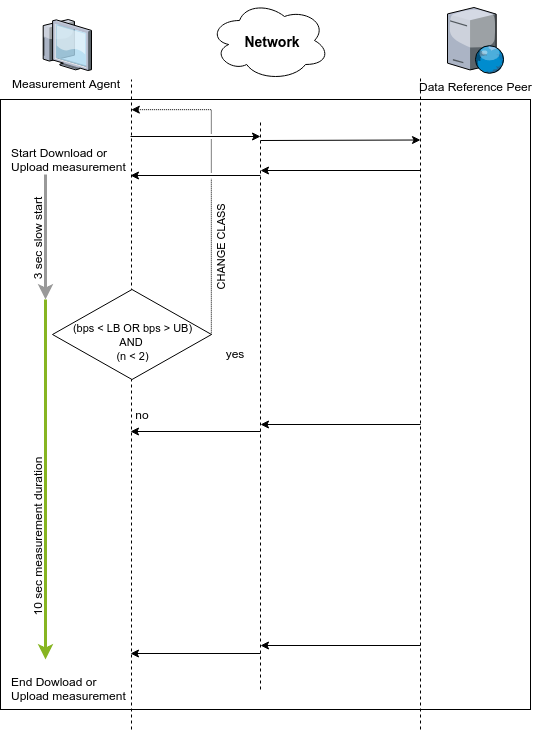
net-neutrality-tools/nntool keeps this draw.io diagram as docs/ias/images/IAS_class_change.png. Above is the earlier version. Source tidied: cells renumbered, new cells last; positions are measured from the earlier drawing's top-left corner, leaving out a move shared by most shapes. The source it was exported from:
```xml
<mxGraphModel>
  <root>
    <mxCell id="0" />
    <mxCell id="1" parent="0" />
    <mxCell id="2" style="rounded=0;whiteSpace=wrap;html=1;" parent="1" vertex="1">
      <mxGeometry x="50" y="99" width="530" height="610" as="geometry" />
    </mxCell>
    <mxCell id="3" value="Measurement Agent" style="verticalLabelPosition=bottom;html=1;verticalAlign=top;strokeColor=none;align=center;shape=mxgraph.citrix.thin_client;" parent="1" vertex="1">
      <mxGeometry x="90" y="19" width="51" height="51" as="geometry" />
    </mxCell>
    <mxCell id="4" value="Data Reference Peer" style="verticalLabelPosition=bottom;html=1;verticalAlign=top;strokeColor=none;align=center;shape=mxgraph.citrix.web_server;" parent="1" vertex="1">
      <mxGeometry x="497" y="7" width="57" height="66" as="geometry" />
    </mxCell>
    <mxCell id="5" style="endArrow=none;dashed=1;html=1;" parent="1" edge="1">
      <mxGeometry relative="1" as="geometry">
        <mxPoint x="181" y="729" as="sourcePoint" />
        <mxPoint x="181" y="79" as="targetPoint" />
      </mxGeometry>
    </mxCell>
    <mxCell id="6" style="endArrow=none;dashed=1;html=1;" parent="1" edge="1">
      <mxGeometry relative="1" as="geometry">
        <mxPoint x="470" y="729" as="sourcePoint" />
        <mxPoint x="470" y="78" as="targetPoint" />
      </mxGeometry>
    </mxCell>
    <mxCell id="7" value="&lt;div style=&quot;text-align: left&quot;&gt;Start Download or Upload measurement&lt;/div&gt;" style="text;html=1;strokeColor=none;fillColor=none;align=center;verticalAlign=middle;whiteSpace=wrap;rounded=0;" parent="1" vertex="1">
      <mxGeometry x="60" y="129" width="120" height="60" as="geometry" />
    </mxCell>
    <mxCell id="8" style="endArrow=classic;html=1;" parent="1" edge="1">
      <mxGeometry relative="1" as="geometry">
        <mxPoint x="180" y="136" as="sourcePoint" />
        <mxPoint x="310" y="136" as="targetPoint" />
      </mxGeometry>
    </mxCell>
    <mxCell id="9" style="endArrow=classic;html=1;" parent="1" edge="1">
      <mxGeometry relative="1" as="geometry">
        <mxPoint x="310" y="140" as="sourcePoint" />
        <mxPoint x="470" y="139.5" as="targetPoint" />
      </mxGeometry>
    </mxCell>
    <mxCell id="10" style="endArrow=none;dashed=1;html=1;" parent="1" edge="1">
      <mxGeometry relative="1" as="geometry">
        <mxPoint x="310" y="689" as="sourcePoint" />
        <mxPoint x="310" y="119" as="targetPoint" />
      </mxGeometry>
    </mxCell>
    <mxCell id="11" style="endArrow=classic;html=1;" parent="1" edge="1">
      <mxGeometry relative="1" as="geometry">
        <mxPoint x="470" y="170" as="sourcePoint" />
        <mxPoint x="310" y="170" as="targetPoint" />
      </mxGeometry>
    </mxCell>
    <mxCell id="12" style="endArrow=classic;html=1;" parent="1" edge="1">
      <mxGeometry relative="1" as="geometry">
        <mxPoint x="310" y="175" as="sourcePoint" />
        <mxPoint x="180" y="175" as="targetPoint" />
      </mxGeometry>
    </mxCell>
    <mxCell id="13" style="endArrow=classic;html=1;" parent="1" edge="1">
      <mxGeometry relative="1" as="geometry">
        <mxPoint x="470" y="424" as="sourcePoint" />
        <mxPoint x="310" y="424" as="targetPoint" />
      </mxGeometry>
    </mxCell>
    <mxCell id="14" style="endArrow=classic;html=1;" parent="1" edge="1">
      <mxGeometry relative="1" as="geometry">
        <mxPoint x="310" y="431" as="sourcePoint" />
        <mxPoint x="180" y="431" as="targetPoint" />
      </mxGeometry>
    </mxCell>
    <mxCell id="15" style="endArrow=classic;html=1;" parent="1" edge="1">
      <mxGeometry relative="1" as="geometry">
        <mxPoint x="470" y="645" as="sourcePoint" />
        <mxPoint x="310" y="645" as="targetPoint" />
      </mxGeometry>
    </mxCell>
    <mxCell id="16" style="endArrow=classic;html=1;" parent="1" edge="1">
      <mxGeometry relative="1" as="geometry">
        <mxPoint x="310" y="653" as="sourcePoint" />
        <mxPoint x="180" y="653" as="targetPoint" />
      </mxGeometry>
    </mxCell>
    <mxCell id="17" value="&lt;div style=&quot;text-align: left&quot;&gt;End Dowload or Upload measurement&lt;/div&gt;" style="text;html=1;strokeColor=none;fillColor=none;align=center;verticalAlign=middle;whiteSpace=wrap;rounded=0;" parent="1" vertex="1">
      <mxGeometry x="60" y="658" width="120" height="60" as="geometry" />
    </mxCell>
    <mxCell id="18" style="endArrow=classic;html=1;fillColor=#f5f5f5;strokeColor=#999999;jumpSize=6;endSize=6;startSize=6;strokeWidth=3;" parent="1" edge="1">
      <mxGeometry relative="1" as="geometry">
        <mxPoint x="95" y="174" as="sourcePoint" />
        <mxPoint x="95" y="299" as="targetPoint" />
      </mxGeometry>
    </mxCell>
    <mxCell id="19" value="3 sec slow start" style="text;html=1;strokeColor=none;fillColor=none;align=center;verticalAlign=middle;whiteSpace=wrap;rounded=0;rotation=-90;" parent="1" vertex="1">
      <mxGeometry x="37" y="229" width="100" height="20" as="geometry" />
    </mxCell>
    <mxCell id="20" style="endArrow=classic;html=1;fillColor=#cdeb8b;strokeColor=#87b522;jumpSize=6;endSize=6;startSize=6;strokeWidth=3;fontColor=#00CC66;" parent="1" edge="1">
      <mxGeometry relative="1" as="geometry">
        <mxPoint x="95" y="299" as="sourcePoint" />
        <mxPoint x="95" y="659" as="targetPoint" />
      </mxGeometry>
    </mxCell>
    <mxCell id="21" value="10 sec measurement duration" style="text;html=1;strokeColor=none;fillColor=none;align=center;verticalAlign=middle;whiteSpace=wrap;rounded=0;rotation=-90;" parent="1" vertex="1">
      <mxGeometry y="527" width="174" height="20" as="geometry" />
    </mxCell>
    <mxCell id="22" value="&lt;div style=&quot;text-align: center&quot;&gt;&lt;div style=&quot;text-align: right&quot;&gt;&lt;div style=&quot;text-align: justify&quot;&gt;&lt;div style=&quot;text-align: center&quot;&gt;&lt;div style=&quot;text-align: left&quot;&gt;&lt;br&gt;&lt;/div&gt;&lt;/div&gt;&lt;/div&gt;&lt;/div&gt;&lt;/div&gt;" style="ellipse;shape=cloud;whiteSpace=wrap;html=1;fontColor=#00CC66;align=left;" parent="1" vertex="1">
      <mxGeometry x="259" width="120" height="80" as="geometry" />
    </mxCell>
    <mxCell id="23" value="&lt;font color=&quot;#000000&quot; style=&quot;font-size: 14px;&quot;&gt;Network&lt;/font&gt;" style="text;html=1;strokeColor=none;fillColor=none;align=center;verticalAlign=middle;whiteSpace=wrap;rounded=0;fontColor=#00CC66;strokeWidth=1;fontStyle=1;fontSize=14;" parent="1" vertex="1">
      <mxGeometry x="295" y="31" width="54" height="20" as="geometry" />
    </mxCell>
    <mxCell id="24" value="CHANGE CLASS" style="edgeStyle=orthogonalEdgeStyle;rounded=0;jettySize=auto;html=1;exitX=1;exitY=0.5;exitDx=0;exitDy=0;dashed=1;dashPattern=1 1;jumpStyle=gap;horizontal=0;" parent="1" edge="1" source="25">
      <mxGeometry x="-0.43" y="-9" relative="1" as="geometry">
        <mxPoint x="181" y="109" as="targetPoint" />
        <Array as="points">
          <mxPoint x="261" y="109" />
        </Array>
      </mxGeometry>
    </mxCell>
    <mxCell id="25" value="&lt;font style=&quot;font-size: 11px&quot;&gt;(bps &amp;lt; LB OR bps &amp;gt; UB)&lt;br&gt;AND &lt;br&gt;(n &amp;lt; 2)&lt;br&gt;&lt;/font&gt;&lt;br style=&quot;font-size: 3px&quot;&gt;" style="rhombus;whiteSpace=wrap;html=1;verticalAlign=bottom;horizontal=1;" parent="1" vertex="1">
      <mxGeometry x="102" y="289" width="159" height="90" as="geometry" />
    </mxCell>
    <mxCell id="26" value="no" style="text;html=1;strokeColor=none;fillColor=none;align=center;verticalAlign=middle;whiteSpace=wrap;rounded=0;" parent="1" vertex="1">
      <mxGeometry x="172" y="404" width="40" height="20" as="geometry" />
    </mxCell>
    <mxCell id="27" value="yes" style="text;html=1;strokeColor=none;fillColor=none;align=center;verticalAlign=middle;whiteSpace=wrap;rounded=0;" parent="1" vertex="1">
      <mxGeometry x="264" y="343" width="40" height="20" as="geometry" />
    </mxCell>
  </root>
</mxGraphModel>
```
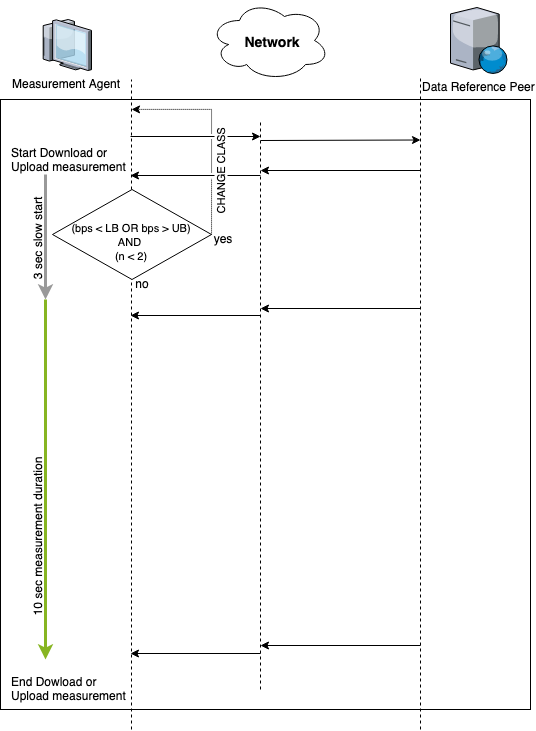
The same diagram one commit later.

What changed in the source:
```diff
@@ -9,7 +9,7 @@
       <mxGeometry x="90" y="19" width="51" height="51" as="geometry" />
     </mxCell>
     <mxCell id="4" value="Data Reference Peer" style="verticalLabelPosition=bottom;html=1;verticalAlign=top;strokeColor=none;align=center;shape=mxgraph.citrix.web_server;" parent="1" vertex="1">
-      <mxGeometry x="497" y="7" width="57" height="66" as="geometry" />
+      <mxGeometry x="500" y="7" width="57" height="66" as="geometry" />
     </mxCell>
     <mxCell id="5" style="endArrow=none;dashed=1;html=1;" parent="1" edge="1">
       <mxGeometry relative="1" as="geometry">
@@ -58,14 +58,14 @@
     </mxCell>
     <mxCell id="13" style="endArrow=classic;html=1;" parent="1" edge="1">
       <mxGeometry relative="1" as="geometry">
-        <mxPoint x="470" y="424" as="sourcePoint" />
-        <mxPoint x="310" y="424" as="targetPoint" />
+        <mxPoint x="470" y="308" as="sourcePoint" />
+        <mxPoint x="310" y="308" as="targetPoint" />
       </mxGeometry>
     </mxCell>
     <mxCell id="14" style="endArrow=classic;html=1;" parent="1" edge="1">
       <mxGeometry relative="1" as="geometry">
-        <mxPoint x="310" y="431" as="sourcePoint" />
-        <mxPoint x="180" y="431" as="targetPoint" />
+        <mxPoint x="310" y="315" as="sourcePoint" />
+        <mxPoint x="180" y="315" as="targetPoint" />
       </mxGeometry>
     </mxCell>
     <mxCell id="15" style="endArrow=classic;html=1;" parent="1" edge="1">
@@ -107,7 +107,7 @@
     <mxCell id="23" value="&lt;font color=&quot;#000000&quot; style=&quot;font-size: 14px;&quot;&gt;Network&lt;/font&gt;" style="text;html=1;strokeColor=none;fillColor=none;align=center;verticalAlign=middle;whiteSpace=wrap;rounded=0;fontColor=#00CC66;strokeWidth=1;fontStyle=1;fontSize=14;" parent="1" vertex="1">
       <mxGeometry x="295" y="31" width="54" height="20" as="geometry" />
     </mxCell>
-    <mxCell id="24" value="CHANGE CLASS" style="edgeStyle=orthogonalEdgeStyle;rounded=0;jettySize=auto;html=1;exitX=1;exitY=0.5;exitDx=0;exitDy=0;dashed=1;dashPattern=1 1;jumpStyle=gap;horizontal=0;" parent="1" edge="1" source="25">
+    <mxCell id="24" value="CHANGE CLASS" style="edgeStyle=orthogonalEdgeStyle;rounded=0;jettySize=auto;html=1;exitX=1;exitY=0.5;exitDx=0;exitDy=0;dashed=1;dashPattern=1 1;jumpStyle=gap;horizontal=0;spacingBottom=10;" parent="1" edge="1" source="25">
       <mxGeometry x="-0.43" y="-9" relative="1" as="geometry">
         <mxPoint x="181" y="109" as="targetPoint" />
         <Array as="points">
@@ -116,13 +116,13 @@
       </mxGeometry>
     </mxCell>
     <mxCell id="25" value="&lt;font style=&quot;font-size: 11px&quot;&gt;(bps &amp;lt; LB OR bps &amp;gt; UB)&lt;br&gt;AND &lt;br&gt;(n &amp;lt; 2)&lt;br&gt;&lt;/font&gt;&lt;br style=&quot;font-size: 3px&quot;&gt;" style="rhombus;whiteSpace=wrap;html=1;verticalAlign=bottom;horizontal=1;" parent="1" vertex="1">
-      <mxGeometry x="102" y="289" width="159" height="90" as="geometry" />
+      <mxGeometry x="102" y="189" width="159" height="90" as="geometry" />
     </mxCell>
     <mxCell id="26" value="no" style="text;html=1;strokeColor=none;fillColor=none;align=center;verticalAlign=middle;whiteSpace=wrap;rounded=0;" parent="1" vertex="1">
-      <mxGeometry x="172" y="404" width="40" height="20" as="geometry" />
+      <mxGeometry x="172" y="273" width="40" height="20" as="geometry" />
     </mxCell>
     <mxCell id="27" value="yes" style="text;html=1;strokeColor=none;fillColor=none;align=center;verticalAlign=middle;whiteSpace=wrap;rounded=0;" parent="1" vertex="1">
-      <mxGeometry x="264" y="343" width="40" height="20" as="geometry" />
+      <mxGeometry x="252" y="228" width="40" height="20" as="geometry" />
     </mxCell>
   </root>
 </mxGraphModel>
```
